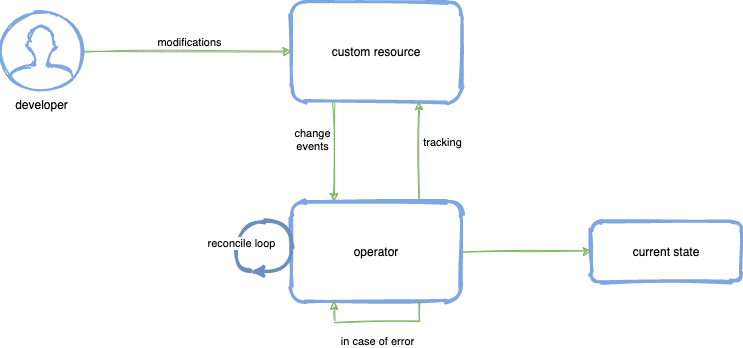
This is static/media/operator-k8s.png from lwiedenhoeft/gatsby-starter-lumen, a draw.io export, as it was before one commit. Source tidied: cells renumbered, new cells last; positions are measured from the earlier drawing's top-left corner, leaving out a move shared by most shapes.
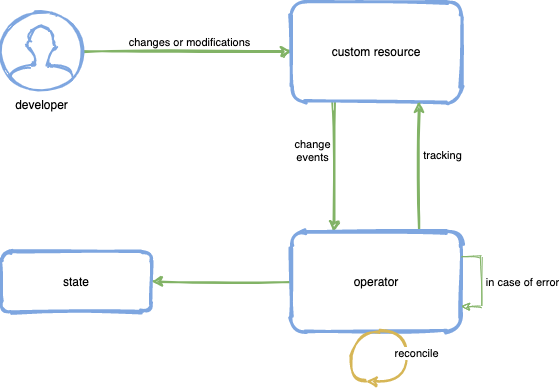
After the change.

Change to the diagram source:
```diff
@@ -2,10 +2,10 @@
   <root>
     <mxCell id="0" />
     <mxCell id="1" parent="0" />
-    <mxCell id="2" style="edgeStyle=orthogonalEdgeStyle;rounded=0;jettySize=auto;html=1;sketch=1;fillColor=#d5e8d4;strokeColor=#82b366;" parent="1" edge="1" source="4" target="7">
+    <mxCell id="2" style="edgeStyle=orthogonalEdgeStyle;rounded=0;jettySize=auto;html=1;sketch=1;fillColor=#d5e8d4;strokeColor=#82b366;strokeWidth=2;" parent="1" edge="1" source="4" target="7">
       <mxGeometry relative="1" as="geometry" />
     </mxCell>
-    <mxCell id="3" value="modifications" style="edgeLabel;html=1;align=center;verticalAlign=middle;" parent="2" vertex="1">
+    <mxCell id="3" value="changes or modifications" style="edgeLabel;html=1;align=center;verticalAlign=middle;" parent="2" vertex="1">
       <mxGeometry x="0.02" y="3" relative="1" as="geometry">
         <mxPoint y="-7" as="offset" />
       </mxGeometry>
@@ -13,7 +13,7 @@
     <mxCell id="4" value="developer" style="html=1;verticalLabelPosition=bottom;align=center;labelBackgroundColor=#ffffff;verticalAlign=top;strokeWidth=2;shadow=0;dashed=0;shape=mxgraph.ios7.icons.user;sketch=1;strokeColor=#7EA6E0;" parent="1" vertex="1">
       <mxGeometry y="10" width="80" height="80" as="geometry" />
     </mxCell>
-    <mxCell id="5" style="edgeStyle=orthogonalEdgeStyle;rounded=0;jettySize=auto;html=1;exitX=0.25;exitY=1;exitDx=0;exitDy=0;entryX=0.25;entryY=0;entryDx=0;entryDy=0;fillColor=#d5e8d4;strokeColor=#82b366;sketch=1;" parent="1" edge="1" source="7" target="11">
+    <mxCell id="5" style="edgeStyle=orthogonalEdgeStyle;rounded=0;jettySize=auto;html=1;exitX=0.25;exitY=1;exitDx=0;exitDy=0;entryX=0.25;entryY=0;entryDx=0;entryDy=0;fillColor=#d5e8d4;strokeColor=#82b366;sketch=1;strokeWidth=2;" parent="1" edge="1" source="7" target="11">
       <mxGeometry relative="1" as="geometry" />
     </mxCell>
     <mxCell id="6" value="change&lt;br&gt;events" style="edgeLabel;html=1;align=center;verticalAlign=middle;" parent="5" vertex="1">
@@ -24,7 +24,7 @@
     <mxCell id="7" value="custom resource" style="rounded=1;whiteSpace=wrap;html=1;sketch=1;shadow=0;strokeColor=#7EA6E0;strokeWidth=3;" parent="1" vertex="1">
       <mxGeometry x="290" width="170" height="100" as="geometry" />
     </mxCell>
-    <mxCell id="8" style="edgeStyle=orthogonalEdgeStyle;rounded=0;jettySize=auto;html=1;exitX=0.75;exitY=0;exitDx=0;exitDy=0;entryX=0.75;entryY=1;entryDx=0;entryDy=0;fillColor=#d5e8d4;strokeColor=#82b366;sketch=1;" parent="1" edge="1" source="11" target="7">
+    <mxCell id="8" style="edgeStyle=orthogonalEdgeStyle;rounded=0;jettySize=auto;html=1;exitX=0.75;exitY=0;exitDx=0;exitDy=0;entryX=0.75;entryY=1;entryDx=0;entryDy=0;fillColor=#d5e8d4;strokeColor=#82b366;sketch=1;strokeWidth=2;" parent="1" edge="1" source="11" target="7">
       <mxGeometry relative="1" as="geometry" />
     </mxCell>
     <mxCell id="9" value="tracking" style="edgeLabel;html=1;align=center;verticalAlign=middle;" parent="8" vertex="1">
@@ -32,34 +32,39 @@
         <mxPoint x="22.5" y="-5" as="offset" />
       </mxGeometry>
     </mxCell>
-    <mxCell id="10" style="edgeStyle=orthogonalEdgeStyle;rounded=0;sketch=1;jettySize=auto;html=1;entryX=0;entryY=0.5;entryDx=0;entryDy=0;fillColor=#d5e8d4;strokeColor=#82b366;" parent="1" edge="1" source="11" target="13">
+    <mxCell id="10" style="edgeStyle=orthogonalEdgeStyle;jettySize=auto;html=1;entryX=1;entryY=0.5;entryDx=0;entryDy=0;rounded=0;sketch=1;fillColor=#d5e8d4;strokeColor=#82b366;strokeWidth=2;" parent="1" edge="1" source="11" target="13">
       <mxGeometry relative="1" as="geometry" />
     </mxCell>
     <mxCell id="11" value="operator" style="rounded=1;whiteSpace=wrap;html=1;sketch=1;strokeColor=#7EA6E0;strokeWidth=3;" parent="1" vertex="1">
-      <mxGeometry x="290" y="200" width="170" height="100" as="geometry" />
+      <mxGeometry x="290" y="230" width="170" height="100" as="geometry" />
     </mxCell>
-    <mxCell id="12" value="in case of error" style="edgeStyle=orthogonalEdgeStyle;rounded=0;sketch=1;orthogonalLoop=1;jettySize=auto;html=1;exitX=0.75;exitY=1;exitDx=0;exitDy=0;entryX=0.25;entryY=1;entryDx=0;entryDy=0;fillColor=#d5e8d4;strokeColor=#82b366;" parent="1" edge="1" source="11" target="11">
-      <mxGeometry y="20" relative="1" as="geometry">
-        <mxPoint x="1" as="offset" />
-      </mxGeometry>
-    </mxCell>
-    <mxCell id="13" value="current state" style="rounded=1;whiteSpace=wrap;html=1;sketch=1;strokeColor=#7EA6E0;strokeWidth=3;" parent="1" vertex="1">
-      <mxGeometry x="590" y="220" width="150" height="60" as="geometry" />
+    <mxCell id="13" value="state" style="rounded=1;whiteSpace=wrap;html=1;sketch=1;strokeColor=#7EA6E0;strokeWidth=3;" parent="1" vertex="1">
+      <mxGeometry y="250" width="150" height="60" as="geometry" />
     </mxCell>
-    <mxCell id="14" style="curved=1;endArrow=classic;html=1;fontColor=#7EA6E0;sketch=1;strokeWidth=3;fillColor=#dae8fc;strokeColor=#6c8ebf;" parent="1" edge="1">
+    <mxCell id="14" style="endArrow=classic;html=1;fontColor=#7EA6E0;sketch=1;strokeWidth=2;fillColor=#fff2cc;strokeColor=#d6b656;curved=1;" parent="1" edge="1">
       <mxGeometry relative="1" as="geometry">
-        <mxPoint x="250" y="270" as="sourcePoint" />
-        <mxPoint x="250" y="270" as="targetPoint" />
+        <mxPoint x="365" y="380" as="sourcePoint" />
+        <mxPoint x="365" y="380" as="targetPoint" />
         <Array as="points">
-          <mxPoint x="230" y="270" />
-          <mxPoint x="240" y="220" />
-          <mxPoint x="290" y="220" />
-          <mxPoint x="290" y="270" />
+          <mxPoint x="345" y="380" />
+          <mxPoint x="355" y="330" />
+          <mxPoint x="405" y="330" />
+          <mxPoint x="405" y="380" />
         </Array>
       </mxGeometry>
     </mxCell>
-    <mxCell id="15" value="&lt;font color=&quot;#000000&quot;&gt;reconcile loop&lt;/font&gt;" style="edgeLabel;html=1;align=center;verticalAlign=middle;fontColor=#7EA6E0;" parent="14" vertex="1">
-      <mxGeometry x="-0.52" y="-4" relative="1" as="geometry" />
+    <mxCell id="15" value="&lt;font color=&quot;#000000&quot;&gt;reconcile&lt;/font&gt;" style="edgeLabel;html=1;align=center;verticalAlign=middle;fontColor=#7EA6E0;" parent="14" vertex="1">
+      <mxGeometry x="-0.52" y="-4" relative="1" as="geometry">
+        <mxPoint x="60.2" as="offset" />
+      </mxGeometry>
     </mxCell>
+    <mxCell id="16" style="edgeStyle=orthogonalEdgeStyle;rounded=0;sketch=1;orthogonalLoop=1;jettySize=auto;html=1;exitX=1;exitY=0.25;exitDx=0;exitDy=0;entryX=1;entryY=0.75;entryDx=0;entryDy=0;strokeWidth=1;fillColor=#d5e8d4;strokeColor=#82b366;" parent="1" edge="1" source="11" target="11">
+      <mxGeometry relative="1" as="geometry" />
+    </mxCell>
+    <mxCell id="12" value="in case of error" style="edgeLabel;html=1;align=center;verticalAlign=middle;" parent="16" vertex="1">
+      <mxGeometry x="-0.09" y="1" relative="1" as="geometry">
+        <mxPoint x="39" y="4" as="offset" />
+      </mxGeometry>
+    </mxCell>
   </root>
 </mxGraphModel>
```
